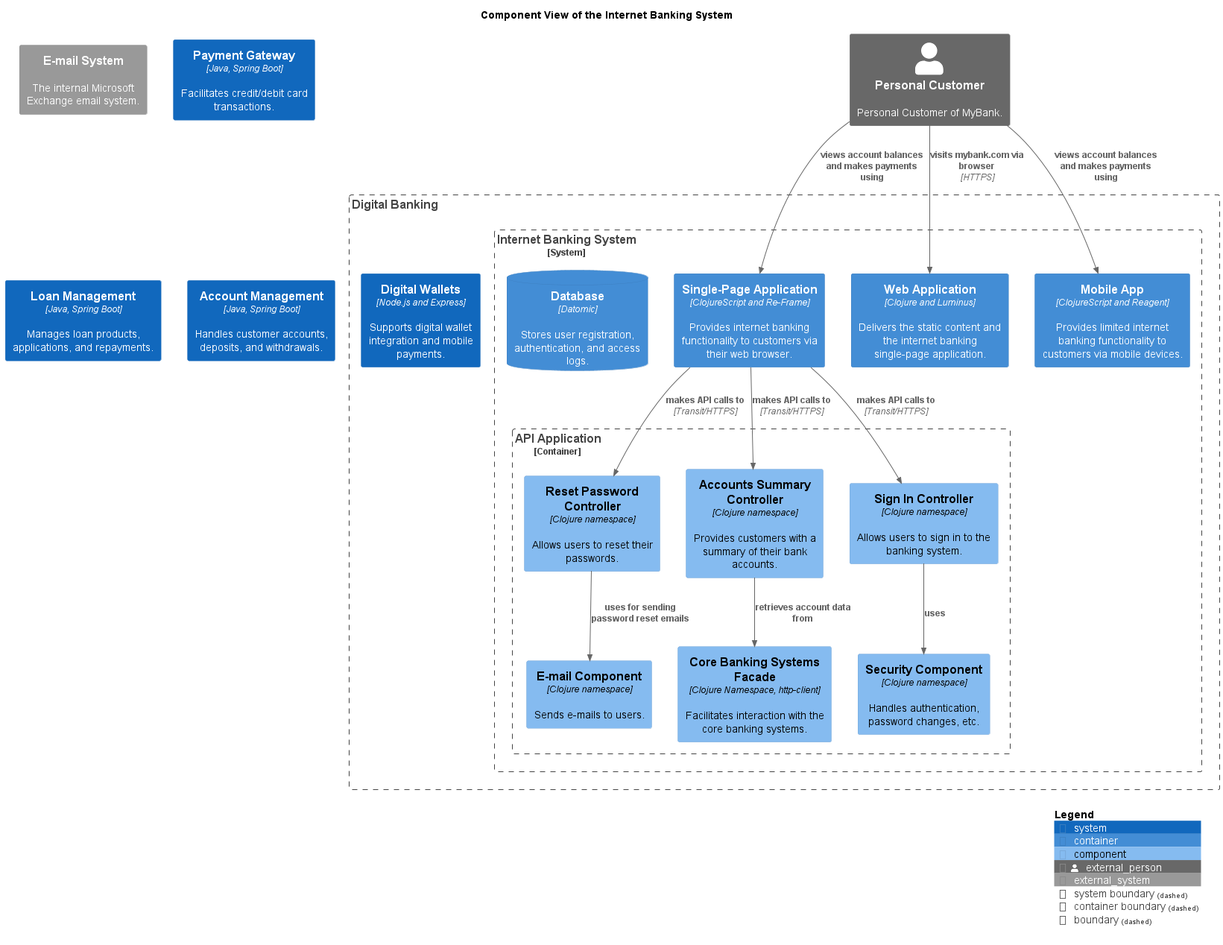
soulspace-org/my-bank-model keeps this PlantUML diagram as docs/mybank/digital-banking/internet-banking-system/component-view.png. Above is the earlier version.
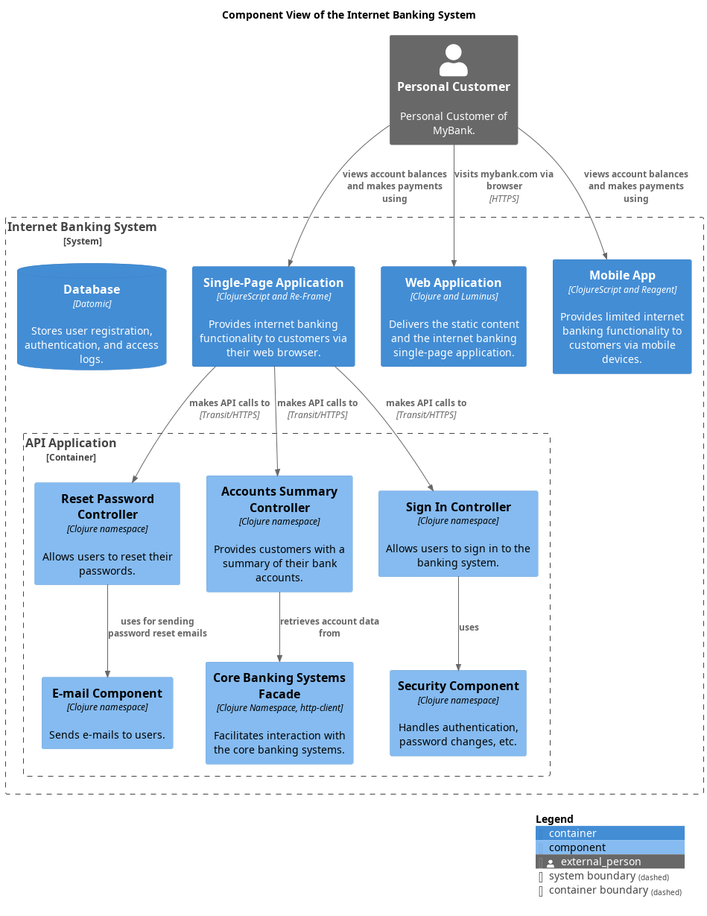
After the change.

Change to the diagram source:
```diff
@@ -13,28 +13,21 @@
 
 
 title Component View of the Internet Banking System
-System_Ext(mybank_emailSystem, "E-mail System", $descr="The internal Microsoft Exchange email system.")
-Boundary(mybank_digitalBanking_contextBoundary, "Digital Banking") {
-  System(mybank_digitalBanking_digitalWalletsSystem, "Digital Wallets", $descr="Supports digital wallet integration and mobile payments.", $type="Node.js and Express")
-  System_Boundary(mybank_digitalBanking_internetBankingSystem_internetBankingSystem, "Internet Banking System") {
-    Container_Boundary(mybank_digitalBanking_internetBankingSystem_apiApplication, "API Application") {
-      Component(mybank_digitalBanking_internetBankingSystem_securityComponent, "Security Component", $descr="Handles authentication, password changes, etc.", $techn="Clojure namespace")
-      Component(mybank_digitalBanking_internetBankingSystem_resetPasswordController, "Reset Password Controller", $descr="Allows users to reset their passwords.", $techn="Clojure namespace")
-      Component(mybank_digitalBanking_internetBankingSystem_emailComponent, "E-mail Component", $descr="Sends e-mails to users.", $techn="Clojure namespace")
-      Component(mybank_digitalBanking_internetBankingSystem_coreBankingSystemsFacade, "Core Banking Systems Facade", $descr="Facilitates interaction with the core banking systems.", $techn="Clojure Namespace, http-client")
-      Component(mybank_digitalBanking_internetBankingSystem_accountsSummaryController, "Accounts Summary Controller", $descr="Provides customers with a summary of their bank accounts.", $techn="Clojure namespace")
-      Component(mybank_digitalBanking_internetBankingSystem_signInController, "Sign In Controller", $descr="Allows users to sign in to the banking system.", $techn="Clojure namespace")
-    }
-    Container(mybank_digitalBanking_internetBankingSystem_singlePageApp, "Single-Page Application", $descr="Provides internet banking functionality to customers via their web browser.", $techn="ClojureScript and Re-Frame")
-    Container(mybank_digitalBanking_internetBankingSystem_webApp, "Web Application", $descr="Delivers the static content and the internet banking single-page application.", $techn="Clojure and Luminus")
-    Container(mybank_digitalBanking_internetBankingSystem_mobileApp, "Mobile App", $descr="Provides limited internet banking functionality to customers via mobile devices.", $techn="ClojureScript and Reagent")
-    ContainerDb(mybank_digitalBanking_internetBankingSystem_database, "Database", $descr="Stores user registration, authentication, and access logs.", $techn="Datomic")
+System_Boundary(mybank_digitalBanking_internetBankingSystem_internetBankingSystem, "Internet Banking System") {
+  Container_Boundary(mybank_digitalBanking_internetBankingSystem_apiApplication, "API Application") {
+    Component(mybank_digitalBanking_internetBankingSystem_securityComponent, "Security Component", $descr="Handles authentication, password changes, etc.", $techn="Clojure namespace")
+    Component(mybank_digitalBanking_internetBankingSystem_resetPasswordController, "Reset Password Controller", $descr="Allows users to reset their passwords.", $techn="Clojure namespace")
+    Component(mybank_digitalBanking_internetBankingSystem_emailComponent, "E-mail Component", $descr="Sends e-mails to users.", $techn="Clojure namespace")
+    Component(mybank_digitalBanking_internetBankingSystem_coreBankingSystemsFacade, "Core Banking Systems Facade", $descr="Facilitates interaction with the core banking systems.", $techn="Clojure Namespace, http-client")
+    Component(mybank_digitalBanking_internetBankingSystem_accountsSummaryController, "Accounts Summary Controller", $descr="Provides customers with a summary of their bank accounts.", $techn="Clojure namespace")
+    Component(mybank_digitalBanking_internetBankingSystem_signInController, "Sign In Controller", $descr="Allows users to sign in to the banking system.", $techn="Clojure namespace")
   }
+  Container(mybank_digitalBanking_internetBankingSystem_singlePageApp, "Single-Page Application", $descr="Provides internet banking functionality to customers via their web browser.", $techn="ClojureScript and Re-Frame")
+  Container(mybank_digitalBanking_internetBankingSystem_webApp, "Web Application", $descr="Delivers the static content and the internet banking single-page application.", $techn="Clojure and Luminus")
+  Container(mybank_digitalBanking_internetBankingSystem_mobileApp, "Mobile App", $descr="Provides limited internet banking functionality to customers via mobile devices.", $techn="ClojureScript and Reagent")
+  ContainerDb(mybank_digitalBanking_internetBankingSystem_database, "Database", $descr="Stores user registration, authentication, and access logs.", $techn="Datomic")
 }
 Person_Ext(mybank_personalCustomer, "Personal Customer", $descr="Personal Customer of MyBank.")
-System(mybank_payment_paymentGatewaySystem, "Payment Gateway", $descr="Facilitates credit/debit card transactions.", $type="Java, Spring Boot")
-System(mybank_coreBanking_loanManagementSystem, "Loan Management", $descr="Manages loan products, applications, and repayments.", $type="Java, Spring Boot")
-System(mybank_coreBanking_accountManagementSystem, "Account Management", $descr="Handles customer accounts, deposits, and withdrawals.", $type="Java, Spring Boot")
 Rel(mybank_personalCustomer, mybank_digitalBanking_internetBankingSystem_webApp, "visits mybank.com via browser", $techn="HTTPS")
 Rel(mybank_digitalBanking_internetBankingSystem_accountsSummaryController, mybank_digitalBanking_internetBankingSystem_coreBankingSystemsFacade, "retrieves account data from")
 Rel(mybank_personalCustomer, mybank_digitalBanking_internetBankingSystem_singlePageApp, "views account balances and makes payments using")
```
